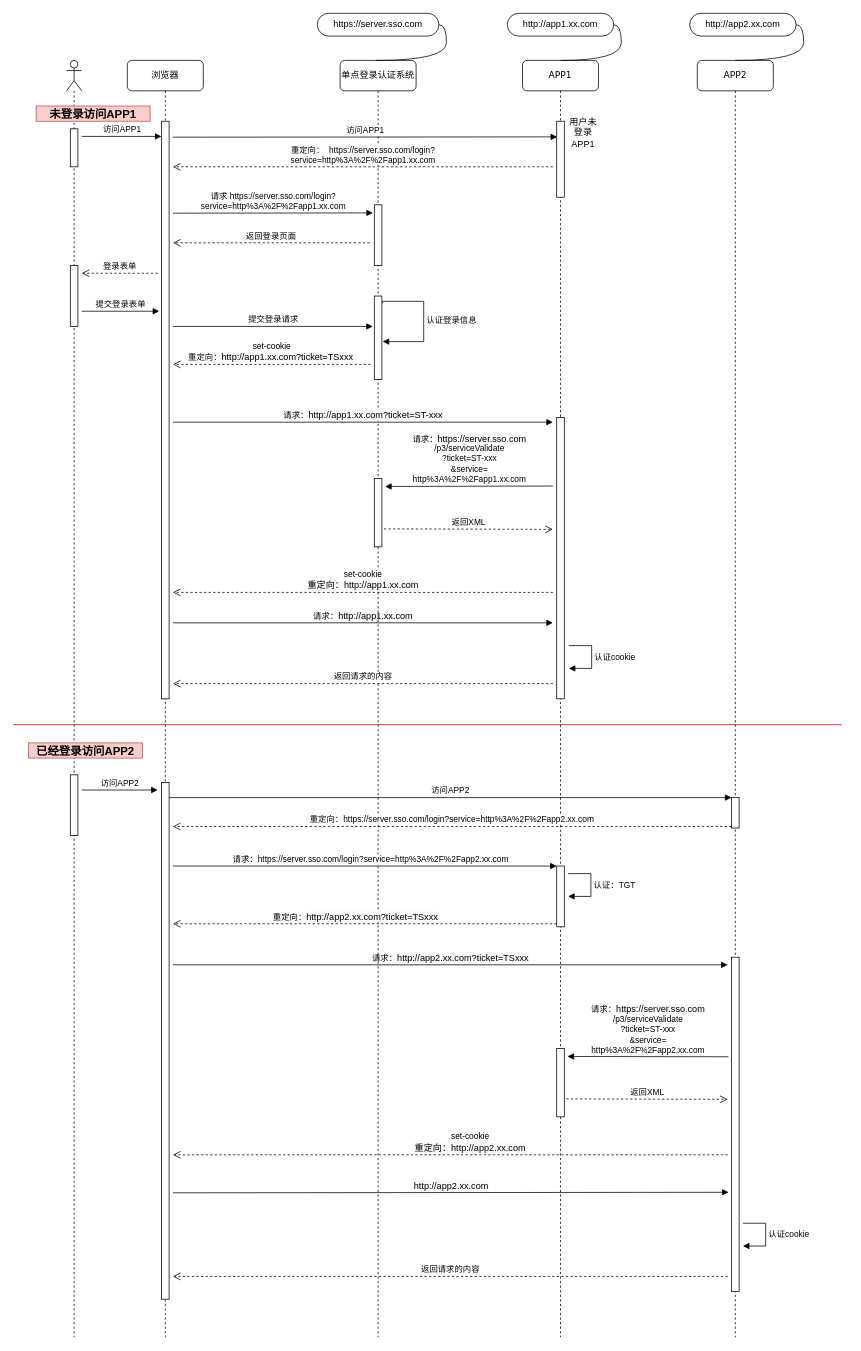
The draw.io diagram sso.drawio in rockywade/draw, before the edit. Source tidied: cells renumbered, new cells numbered last; positions are measured from the earlier drawing's top-left corner, leaving out a move shared by most shapes. Both pictures are drawn from the tidied source at 76%, with x=0, y=0 at pixel (13, 13).
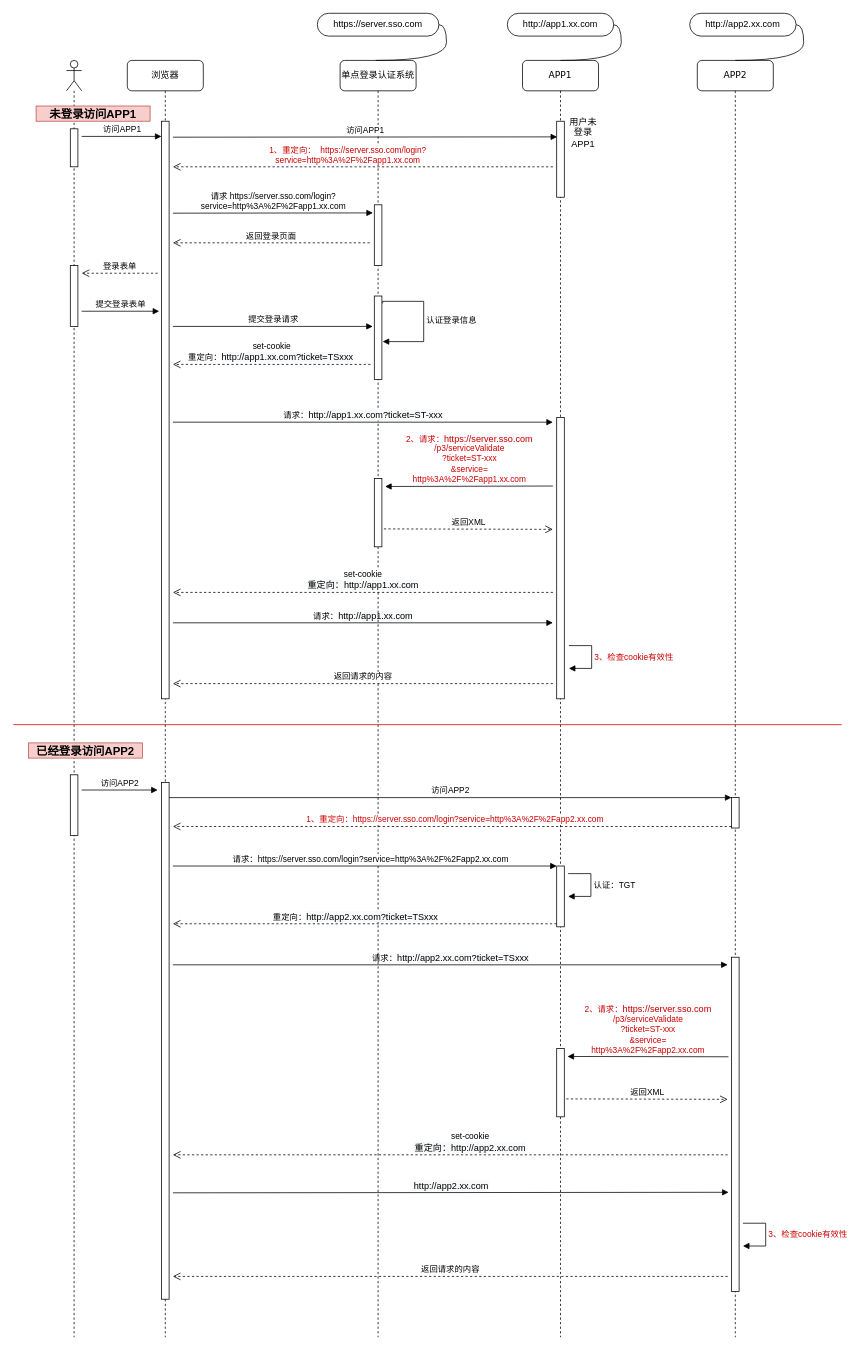
Above is the later version.

Unchanged cells that the change refers to:
```xml
<mxCell id="18" style="html=1;points=[];perimeter=orthogonalPerimeter;" parent="13" vertex="1">
  <mxGeometry x="45" y="1300" width="10" height="90" as="geometry" />
</mxCell>
<mxCell id="21" style="html=1;points=[];perimeter=orthogonalPerimeter;" parent="20" vertex="1">
  <mxGeometry x="45" y="970" width="10" height="40" as="geometry" />
</mxCell>
<mxCell id="43" style="html=1;points=[];perimeter=orthogonalPerimeter;" parent="1" vertex="1">
  <mxGeometry x="475" y="612" width="10" height="90" as="geometry" />
</mxCell>
```

The edit, as a diff of the source:
```diff
@@
-    <mxCell id="28" value="&lt;font style=&quot;font-size: 11px ; line-height: 90%&quot;&gt;重定向：&amp;nbsp; https://server.sso.com/login?&lt;br&gt;service=http%3A%2F%2Fapp1.xx.com&lt;/font&gt;" style="html=1;verticalAlign=bottom;endArrow=open;dashed=1;endSize=8;" parent="1" edge="1">
-      <mxGeometry relative="1" as="geometry">
+    <mxCell id="28" value="&lt;font style=&quot;font-size: 11px ; line-height: 90%&quot; color=&quot;#cc0000&quot;&gt;1、重定向：&amp;nbsp; https://server.sso.com/login?&lt;br&gt;service=http%3A%2F%2Fapp1.xx.com&lt;/font&gt;" style="html=1;verticalAlign=bottom;endArrow=open;dashed=1;endSize=8;" parent="1" edge="1">
+      <mxGeometry x="0.08" relative="1" as="geometry">
         <mxPoint x="710" y="202" as="sourcePoint" />
         <mxPoint x="210" y="202" as="targetPoint" />
       </mxGeometry>
     </mxCell>
@@
-    <mxCell id="42" value="请求：&lt;span style=&quot;font-size: 12px ; background-color: rgb(248 , 249 , 250)&quot;&gt;https://server.sso.com&lt;br&gt;&lt;/span&gt;/p3/serviceValidate&lt;br&gt;?ticket=ST-xxx&lt;br&gt;&amp;amp;service=&lt;br&gt;http%3A%2F%2Fapp1.xx.com" style="html=1;verticalAlign=bottom;endArrow=block;entryX=1.42;entryY=0.118;entryDx=0;entryDy=0;entryPerimeter=0;" parent="1" edge="1" target="43">
+    <mxCell id="42" value="&lt;font color=&quot;#cc0000&quot;&gt;2、请求：&lt;span style=&quot;font-size: 12px ; background-color: rgb(248 , 249 , 250)&quot;&gt;https://server.sso.com&lt;br&gt;&lt;/span&gt;/p3/serviceValidate&lt;br&gt;?ticket=ST-xxx&lt;br&gt;&amp;amp;service=&lt;br&gt;http%3A%2F%2Fapp1.xx.com&lt;/font&gt;" style="html=1;verticalAlign=bottom;endArrow=block;entryX=1.42;entryY=0.118;entryDx=0;entryDy=0;entryPerimeter=0;" parent="1" edge="1" target="43">
       <mxGeometry relative="1" as="geometry">
         <mxPoint x="710" y="622" as="sourcePoint" />
       </mxGeometry>
     </mxCell>
@@
-    <mxCell id="46" value="认证cookie" style="edgeStyle=orthogonalEdgeStyle;html=1;align=left;spacingLeft=2;endArrow=block;rounded=0;" parent="1" edge="1">
+    <mxCell id="46" value="&lt;span style=&quot;color: rgb(204 , 0 , 0)&quot;&gt;3、检查cookie有效性&lt;/span&gt;" style="edgeStyle=orthogonalEdgeStyle;html=1;align=left;spacingLeft=2;endArrow=block;rounded=0;" parent="1" edge="1">
       <mxGeometry relative="1" as="geometry">
         <mxPoint x="960" y="1592" as="sourcePoint" />
         <mxPoint x="960" y="1622" as="targetPoint" />
         <Array as="points">
           <mxPoint x="990" y="1592" />
           <mxPoint x="990" y="1622" />
         </Array>
       </mxGeometry>
     </mxCell>
@@
-    <mxCell id="53" value="重定向：https://server.sso.com/login?service=http%3A%2F%2Fapp2.xx.com" style="html=1;verticalAlign=bottom;endArrow=open;dashed=1;endSize=8;exitX=0;exitY=0.95;" parent="1" edge="1" source="21">
-      <mxGeometry relative="1" as="geometry">
+    <mxCell id="53" value="&lt;font color=&quot;#cc0000&quot;&gt;1、重定向：https://server.sso.com/login?service=http%3A%2F%2Fapp2.xx.com&lt;/font&gt;" style="html=1;verticalAlign=bottom;endArrow=open;dashed=1;endSize=8;exitX=0;exitY=0.95;" parent="1" edge="1" source="21">
+      <mxGeometry x="-0.01" relative="1" as="geometry">
         <mxPoint x="210" y="1070" as="targetPoint" />
       </mxGeometry>
     </mxCell>
@@
-    <mxCell id="57" value="请求：&lt;span style=&quot;font-size: 12px ; background-color: rgb(248 , 249 , 250)&quot;&gt;https://server.sso.com&lt;br&gt;&lt;/span&gt;/p3/serviceValidate&lt;br&gt;?ticket=ST-xxx&lt;br&gt;&amp;amp;service=&lt;br&gt;http%3A%2F%2Fapp2.xx.com" style="html=1;verticalAlign=bottom;endArrow=block;entryX=1.42;entryY=0.118;entryDx=0;entryDy=0;entryPerimeter=0;" parent="1" edge="1" target="18">
+    <mxCell id="57" value="&lt;font color=&quot;#cc0000&quot;&gt;2、请求：&lt;span style=&quot;font-size: 12px ; background-color: rgb(248 , 249 , 250)&quot;&gt;https://server.sso.com&lt;br&gt;&lt;/span&gt;/p3/serviceValidate&lt;br&gt;?ticket=ST-xxx&lt;br&gt;&amp;amp;service=&lt;br&gt;http%3A%2F%2Fapp2.xx.com&lt;/font&gt;" style="html=1;verticalAlign=bottom;endArrow=block;entryX=1.42;entryY=0.118;entryDx=0;entryDy=0;entryPerimeter=0;" parent="1" edge="1" target="18">
       <mxGeometry relative="1" as="geometry">
         <mxPoint x="941" y="1373" as="sourcePoint" />
       </mxGeometry>
     </mxCell>
@@
-    <mxCell id="59" value="认证cookie" style="edgeStyle=orthogonalEdgeStyle;html=1;align=left;spacingLeft=2;endArrow=block;rounded=0;" parent="1" edge="1">
+    <mxCell id="59" value="&lt;font color=&quot;#cc0000&quot;&gt;3、检查cookie有效性&lt;/font&gt;" style="edgeStyle=orthogonalEdgeStyle;html=1;align=left;spacingLeft=2;endArrow=block;rounded=0;" parent="1" edge="1">
       <mxGeometry relative="1" as="geometry">
         <mxPoint x="731" y="832" as="sourcePoint" />
         <mxPoint x="731" y="862" as="targetPoint" />
         <Array as="points">
           <mxPoint x="761" y="832" />
           <mxPoint x="761" y="862" />
         </Array>
       </mxGeometry>
     </mxCell>
```
